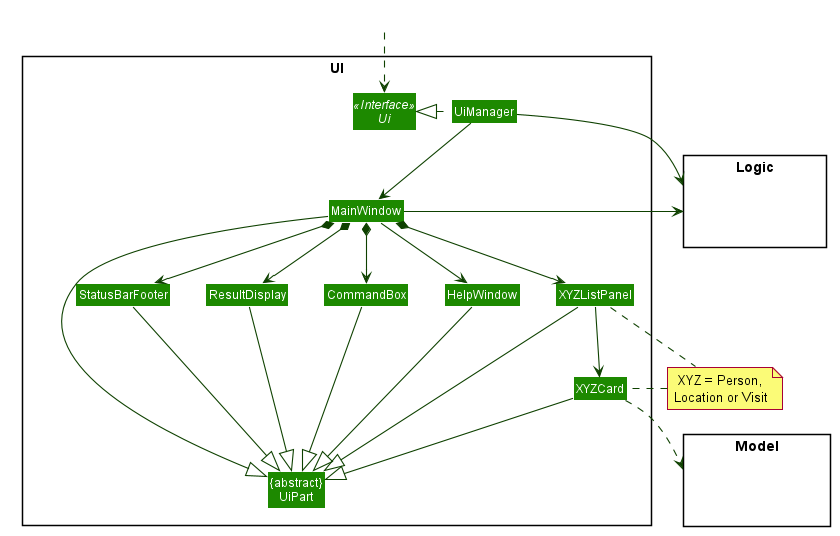
Before: docs/images/UiClassDiagram.png, a diagram exported from PlantUML (siangernlow/tp).
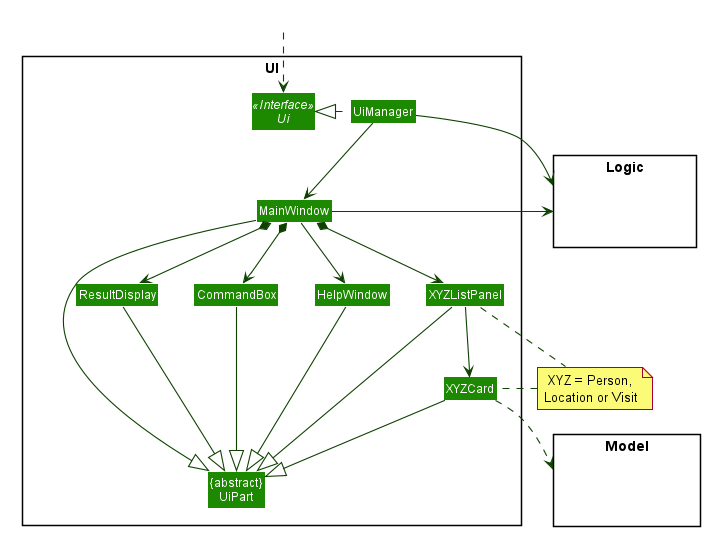
Above is the later version.

The edit, as a diff of the source:
```diff
@@ -50,7 +50,6 @@
 skinparam arrowThickness 1.1
 skinparam arrowColor #0E4100
 skinparam classBackgroundColor #1D8900
-
 package UI <<Rectangle>>{
 Interface Ui <<Interface>>
 Class "{abstract}\nUiPart" as UiPart
@@ -60,28 +59,23 @@
 Class ResultDisplay
 Class XYZListPanel
 Class XYZCard
-Class StatusBarFooter
 Class CommandBox
 }
-
 package Model <<Rectangle>> {
 Class HiddenModel #FFFFFF
 }
-
 package Logic <<Rectangle>> {
 Class HiddenLogic #FFFFFF
 }
 
 Class HiddenOutside #FFFFFF
 HiddenOutside ..> Ui
-
 UiManager .left.|> Ui
 UiManager -down-> MainWindow
 MainWindow --> HelpWindow
 MainWindow *-down-> CommandBox
 MainWindow *-down-> ResultDisplay
 MainWindow *-down-> XYZListPanel
-MainWindow *-down-> StatusBarFooter
 
 XYZListPanel -down-> XYZCard
 
@@ -91,7 +85,6 @@
 CommandBox --|> UiPart
 XYZListPanel --|> UiPart
 XYZCard --|> UiPart
-StatusBarFooter --|> UiPart
 HelpWindow -down-|> UiPart
 
 XYZCard ..> Model
@@ -101,7 +94,6 @@
 XYZListPanel -[hidden]left- HelpWindow
 HelpWindow -[hidden]left- CommandBox
 CommandBox -[hidden]left- ResultDisplay
-ResultDisplay -[hidden]left- StatusBarFooter
 
 note as N1
     XYZ = Person,
```
